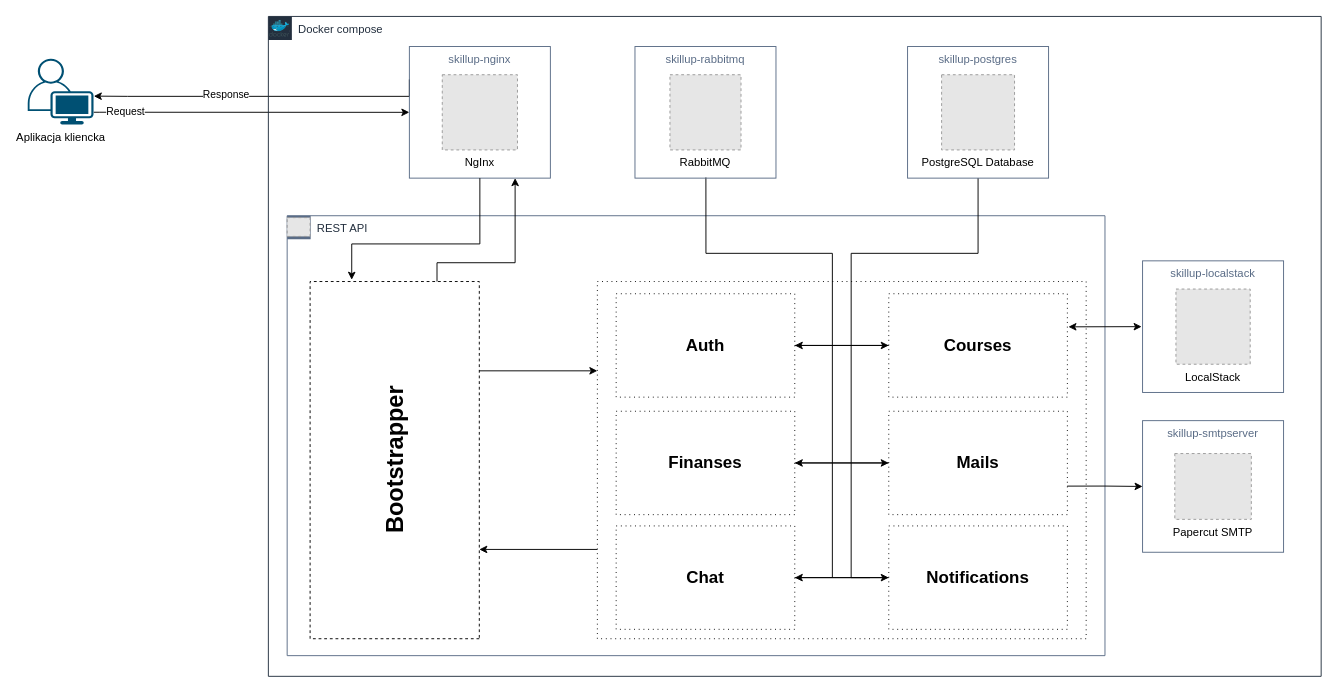
The draw.io diagram page "Application-Dev" (2 of 3) of src/documentation/graphs.drawio in FriZiii/SkillUp, before the edit. Source tidied: cells renumbered, new cells numbered last; positions are measured from the earlier drawing's top-left corner, leaving out a move shared by most shapes. Both pictures are drawn from the tidied source at 94%, with x=0, y=0 at pixel (27, 16). Pictures stored in the file or linked from it are replaced by grey dashed boxes.
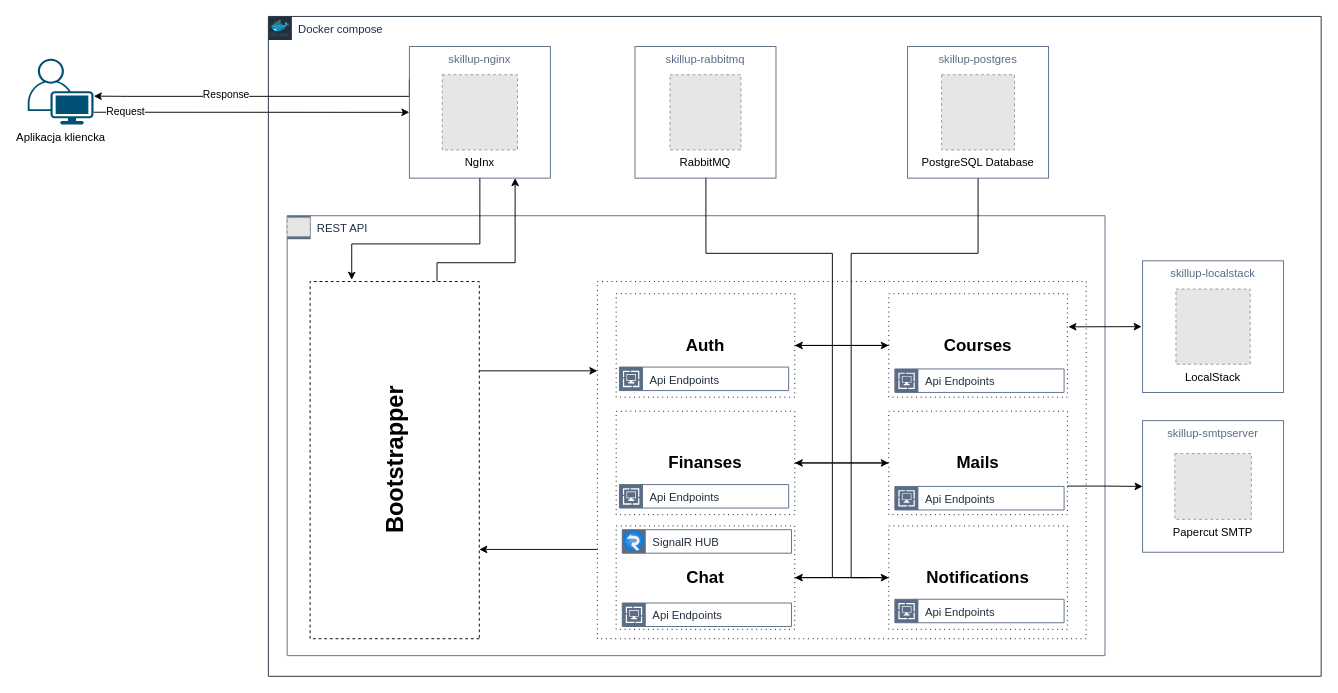
The same diagram, later.

Unchanged cells that the change refers to:
```xml
<mxCell id="11" value="REST API" style="points=[[0,0],[0.25,0],[0.5,0],[0.75,0],[1,0],[1,0.25],[1,0.5],[1,0.75],[1,1],[0.75,1],[0.5,1],[0.25,1],[0,1],[0,0.75],[0,0.5],[0,0.25]];outlineConnect=0;gradientColor=none;html=1;whiteSpace=wrap;fontSize=12;fontStyle=0;shape=mxgraph.aws4.group;grIcon=mxgraph.aws4.group_aws_cloud_alt;strokeColor=#5A6C86;fillColor=none;verticalAlign=top;align=left;spacingLeft=30;fontColor=#232F3E;" parent="7" vertex="1">
  <mxGeometry x="20" y="212" width="870" height="468" as="geometry" />
</mxCell>
```

What changed in the source:
```diff
@@
+    <mxCell id="46" value="SignalR HUB" style="gradientColor=none;html=1;whiteSpace=wrap;fontSize=12;fontStyle=0;shape=mxgraph.aws4.group;grIcon=mxgraph.aws4.group_aws_cloud_alt;strokeColor=#5A6C86;fillColor=none;verticalAlign=top;align=left;spacingLeft=30;fontColor=#232F3E;" parent="11" vertex="1">
+      <mxGeometry x="356.5" y="334" width="180" height="25" as="geometry" />
+    </mxCell>
+    <mxCell id="47" style="image;html=1;align=center;fontSize=12;image=img/lib/azure2/web/SignalR.svg;imageBackground=#5a6c86;perimeterSpacing=1;strokeWidth=11;" parent="46" vertex="1">
+      <mxGeometry x="1" y="1" width="22" height="22" as="geometry" />
+    </mxCell>
+    <mxCell id="48" value="Api Endpoints" style="gradientColor=none;html=1;whiteSpace=wrap;fontSize=12;fontStyle=0;shape=mxgraph.aws4.group;grIcon=mxgraph.aws4.group_aws_cloud_alt;strokeColor=#5A6C86;fillColor=none;verticalAlign=top;align=left;spacingLeft=30;fontColor=#232F3E;" parent="11" vertex="1">
+      <mxGeometry x="646.5" y="408" width="180" height="25" as="geometry" />
+    </mxCell>
+    <mxCell id="49" style="shadow=0;dashed=0;html=1;strokeColor=none;fillColor=#5a6c86;labelPosition=center;verticalLabelPosition=bottom;verticalAlign=top;align=center;shape=mxgraph.veeam.endpoint_backup;" parent="48" vertex="1">
+      <mxGeometry x="2" y="2" width="21" height="21" as="geometry" />
+    </mxCell>
+    <mxCell id="50" value="Api Endpoints" style="gradientColor=none;html=1;whiteSpace=wrap;fontSize=12;fontStyle=0;shape=mxgraph.aws4.group;grIcon=mxgraph.aws4.group_aws_cloud_alt;strokeColor=#5A6C86;fillColor=none;verticalAlign=top;align=left;spacingLeft=30;fontColor=#232F3E;" parent="11" vertex="1">
+      <mxGeometry x="646.5" y="288" width="180" height="25" as="geometry" />
+    </mxCell>
+    <mxCell id="51" style="shadow=0;dashed=0;html=1;strokeColor=none;fillColor=#5a6c86;labelPosition=center;verticalLabelPosition=bottom;verticalAlign=top;align=center;shape=mxgraph.veeam.endpoint_backup;" parent="50" vertex="1">
+      <mxGeometry x="2" y="2" width="21" height="21" as="geometry" />
+    </mxCell>
+    <mxCell id="52" value="Api Endpoints" style="gradientColor=none;html=1;whiteSpace=wrap;fontSize=12;fontStyle=0;shape=mxgraph.aws4.group;grIcon=mxgraph.aws4.group_aws_cloud_alt;strokeColor=#5A6C86;fillColor=none;verticalAlign=top;align=left;spacingLeft=30;fontColor=#232F3E;" parent="11" vertex="1">
+      <mxGeometry x="646.5" y="163" width="180" height="25" as="geometry" />
+    </mxCell>
+    <mxCell id="53" style="shadow=0;dashed=0;html=1;strokeColor=none;fillColor=#5a6c86;labelPosition=center;verticalLabelPosition=bottom;verticalAlign=top;align=center;shape=mxgraph.veeam.endpoint_backup;" parent="52" vertex="1">
+      <mxGeometry x="2" y="2" width="21" height="21" as="geometry" />
+    </mxCell>
+    <mxCell id="54" value="Api Endpoints" style="gradientColor=none;html=1;whiteSpace=wrap;fontSize=12;fontStyle=0;shape=mxgraph.aws4.group;grIcon=mxgraph.aws4.group_aws_cloud_alt;strokeColor=#5A6C86;fillColor=none;verticalAlign=top;align=left;spacingLeft=30;fontColor=#232F3E;" parent="11" vertex="1">
+      <mxGeometry x="356.5" y="412" width="180" height="25" as="geometry" />
+    </mxCell>
+    <mxCell id="55" style="shadow=0;dashed=0;html=1;strokeColor=none;fillColor=#5a6c86;labelPosition=center;verticalLabelPosition=bottom;verticalAlign=top;align=center;shape=mxgraph.veeam.endpoint_backup;" parent="54" vertex="1">
+      <mxGeometry x="2" y="2" width="21" height="21" as="geometry" />
+    </mxCell>
+    <mxCell id="56" value="Api Endpoints" style="gradientColor=none;html=1;whiteSpace=wrap;fontSize=12;fontStyle=0;shape=mxgraph.aws4.group;grIcon=mxgraph.aws4.group_aws_cloud_alt;strokeColor=#5A6C86;fillColor=none;verticalAlign=top;align=left;spacingLeft=30;fontColor=#232F3E;" parent="11" vertex="1">
+      <mxGeometry x="353.5" y="286" width="180" height="25" as="geometry" />
+    </mxCell>
+    <mxCell id="57" style="shadow=0;dashed=0;html=1;strokeColor=none;fillColor=#5a6c86;labelPosition=center;verticalLabelPosition=bottom;verticalAlign=top;align=center;shape=mxgraph.veeam.endpoint_backup;" parent="56" vertex="1">
+      <mxGeometry x="2" y="2" width="21" height="21" as="geometry" />
+    </mxCell>
+    <mxCell id="58" value="Api Endpoints" style="gradientColor=none;html=1;whiteSpace=wrap;fontSize=12;fontStyle=0;shape=mxgraph.aws4.group;grIcon=mxgraph.aws4.group_aws_cloud_alt;strokeColor=#5A6C86;fillColor=none;verticalAlign=top;align=left;spacingLeft=30;fontColor=#232F3E;" parent="11" vertex="1">
+      <mxGeometry x="353.5" y="161" width="180" height="25" as="geometry" />
+    </mxCell>
+    <mxCell id="59" style="shadow=0;dashed=0;html=1;strokeColor=none;fillColor=#5a6c86;labelPosition=center;verticalLabelPosition=bottom;verticalAlign=top;align=center;shape=mxgraph.veeam.endpoint_backup;" parent="58" vertex="1">
+      <mxGeometry x="2" y="2" width="21" height="21" as="geometry" />
+    </mxCell>
```
